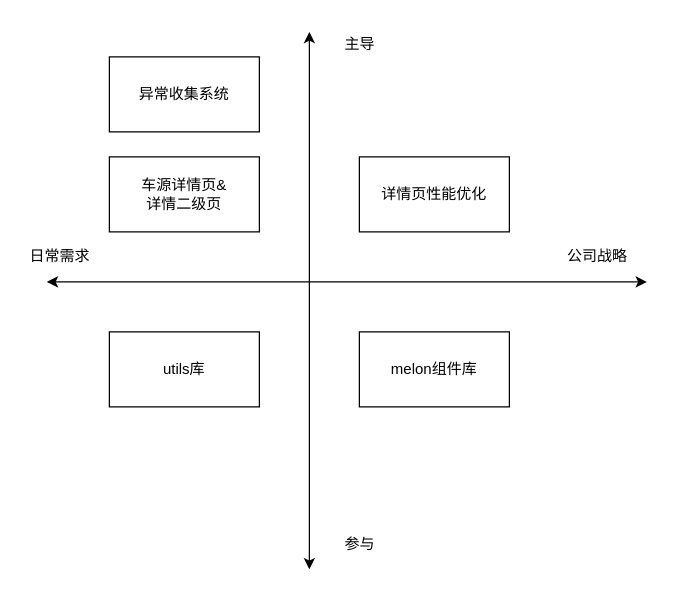
Above: 未命名绘图.drawio in hottaiger/gitTest (draw.io), before the change. Source tidied: cells renumbered, new cells numbered last; positions are measured from the earlier drawing's top-left corner, leaving out a move shared by most shapes. Both pictures are drawn from the tidied source at 125%, with x=0, y=0 at pixel (21, 31).
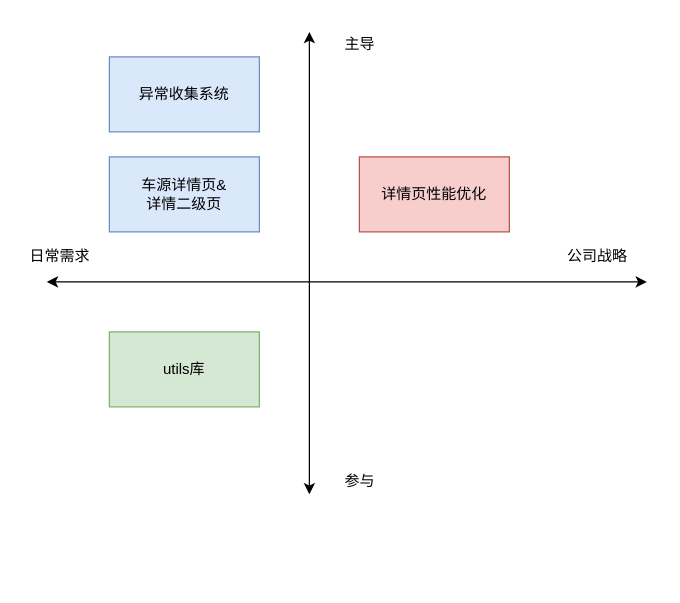
Above is the later version.

Commit message:
更新未命名绘图.drawio

The edit, as a diff of the source:
```diff
@@
 <mxGraphModel>
   <root>
     <mxCell id="0" />
     <mxCell id="1" parent="0" />
     <mxCell id="2" style="endArrow=classic;html=1;rounded=0;startArrow=classic;startFill=1;" parent="1" edge="1">
       <mxGeometry relative="1" as="geometry">
         <mxPoint x="20" y="200" as="sourcePoint" />
         <mxPoint x="500" y="200" as="targetPoint" />
       </mxGeometry>
     </mxCell>
     <mxCell id="3" value="公司战略" style="text;html=1;align=center;verticalAlign=middle;strokeColor=none;fillColor=none;" parent="1" vertex="1">
       <mxGeometry x="430" y="170" width="60" height="20" as="geometry" />
     </mxCell>
-    <mxCell id="4" value="详情页性能优化" style="rounded=0;whiteSpace=wrap;html=1;" parent="1" vertex="1">
+    <mxCell id="4" value="详情页性能优化" style="rounded=0;whiteSpace=wrap;html=1;fillColor=#f8cecc;strokeColor=#b85450;" parent="1" vertex="1">
       <mxGeometry x="270" y="100" width="120" height="60" as="geometry" />
     </mxCell>
     <mxCell id="5" style="endArrow=classic;html=1;rounded=0;startArrow=classic;startFill=1;" parent="1" edge="1">
       <mxGeometry relative="1" as="geometry">
-        <mxPoint x="230" y="430" as="sourcePoint" />
+        <mxPoint x="230" y="370" as="sourcePoint" />
         <mxPoint x="230" as="targetPoint" />
       </mxGeometry>
     </mxCell>
     <mxCell id="6" value="主导" style="text;html=1;align=center;verticalAlign=middle;strokeColor=none;fillColor=none;" parent="1" vertex="1">
       <mxGeometry x="250" width="40" height="20" as="geometry" />
     </mxCell>
     <mxCell id="7" value="参与" style="text;html=1;align=center;verticalAlign=middle;strokeColor=none;fillColor=none;" parent="1" vertex="1">
-      <mxGeometry x="250" y="400" width="40" height="20" as="geometry" />
+      <mxGeometry x="250" y="350" width="40" height="20" as="geometry" />
     </mxCell>
-    <mxCell id="8" value="melon组件库" style="rounded=0;whiteSpace=wrap;html=1;" parent="1" vertex="1">
-      <mxGeometry x="270" y="240" width="120" height="60" as="geometry" />
-    </mxCell>
-    <mxCell id="9" value="异常收集系统" style="rounded=0;whiteSpace=wrap;html=1;" parent="1" vertex="1">
+    <mxCell id="9" value="异常收集系统" style="rounded=0;whiteSpace=wrap;html=1;fillColor=#dae8fc;strokeColor=#6c8ebf;" parent="1" vertex="1">
       <mxGeometry x="70" y="20" width="120" height="60" as="geometry" />
     </mxCell>
-    <mxCell id="10" value="车源详情页&amp;amp;&lt;br&gt;详情二级页" style="rounded=0;whiteSpace=wrap;html=1;" parent="1" vertex="1">
+    <mxCell id="10" value="车源详情页&amp;amp;&lt;br&gt;详情二级页" style="rounded=0;whiteSpace=wrap;html=1;fillColor=#dae8fc;strokeColor=#6c8ebf;" parent="1" vertex="1">
       <mxGeometry x="70" y="100" width="120" height="60" as="geometry" />
     </mxCell>
     <mxCell id="11" value="日常需求" style="text;html=1;align=center;verticalAlign=middle;strokeColor=none;fillColor=none;" parent="1" vertex="1">
       <mxGeometry y="170" width="60" height="20" as="geometry" />
     </mxCell>
-    <mxCell id="12" value="utils库" style="rounded=0;whiteSpace=wrap;html=1;" parent="1" vertex="1">
+    <mxCell id="12" value="utils库" style="rounded=0;whiteSpace=wrap;html=1;fillColor=#d5e8d4;strokeColor=#82b366;" parent="1" vertex="1">
       <mxGeometry x="70" y="240" width="120" height="60" as="geometry" />
     </mxCell>
   </root>
 </mxGraphModel>
```
